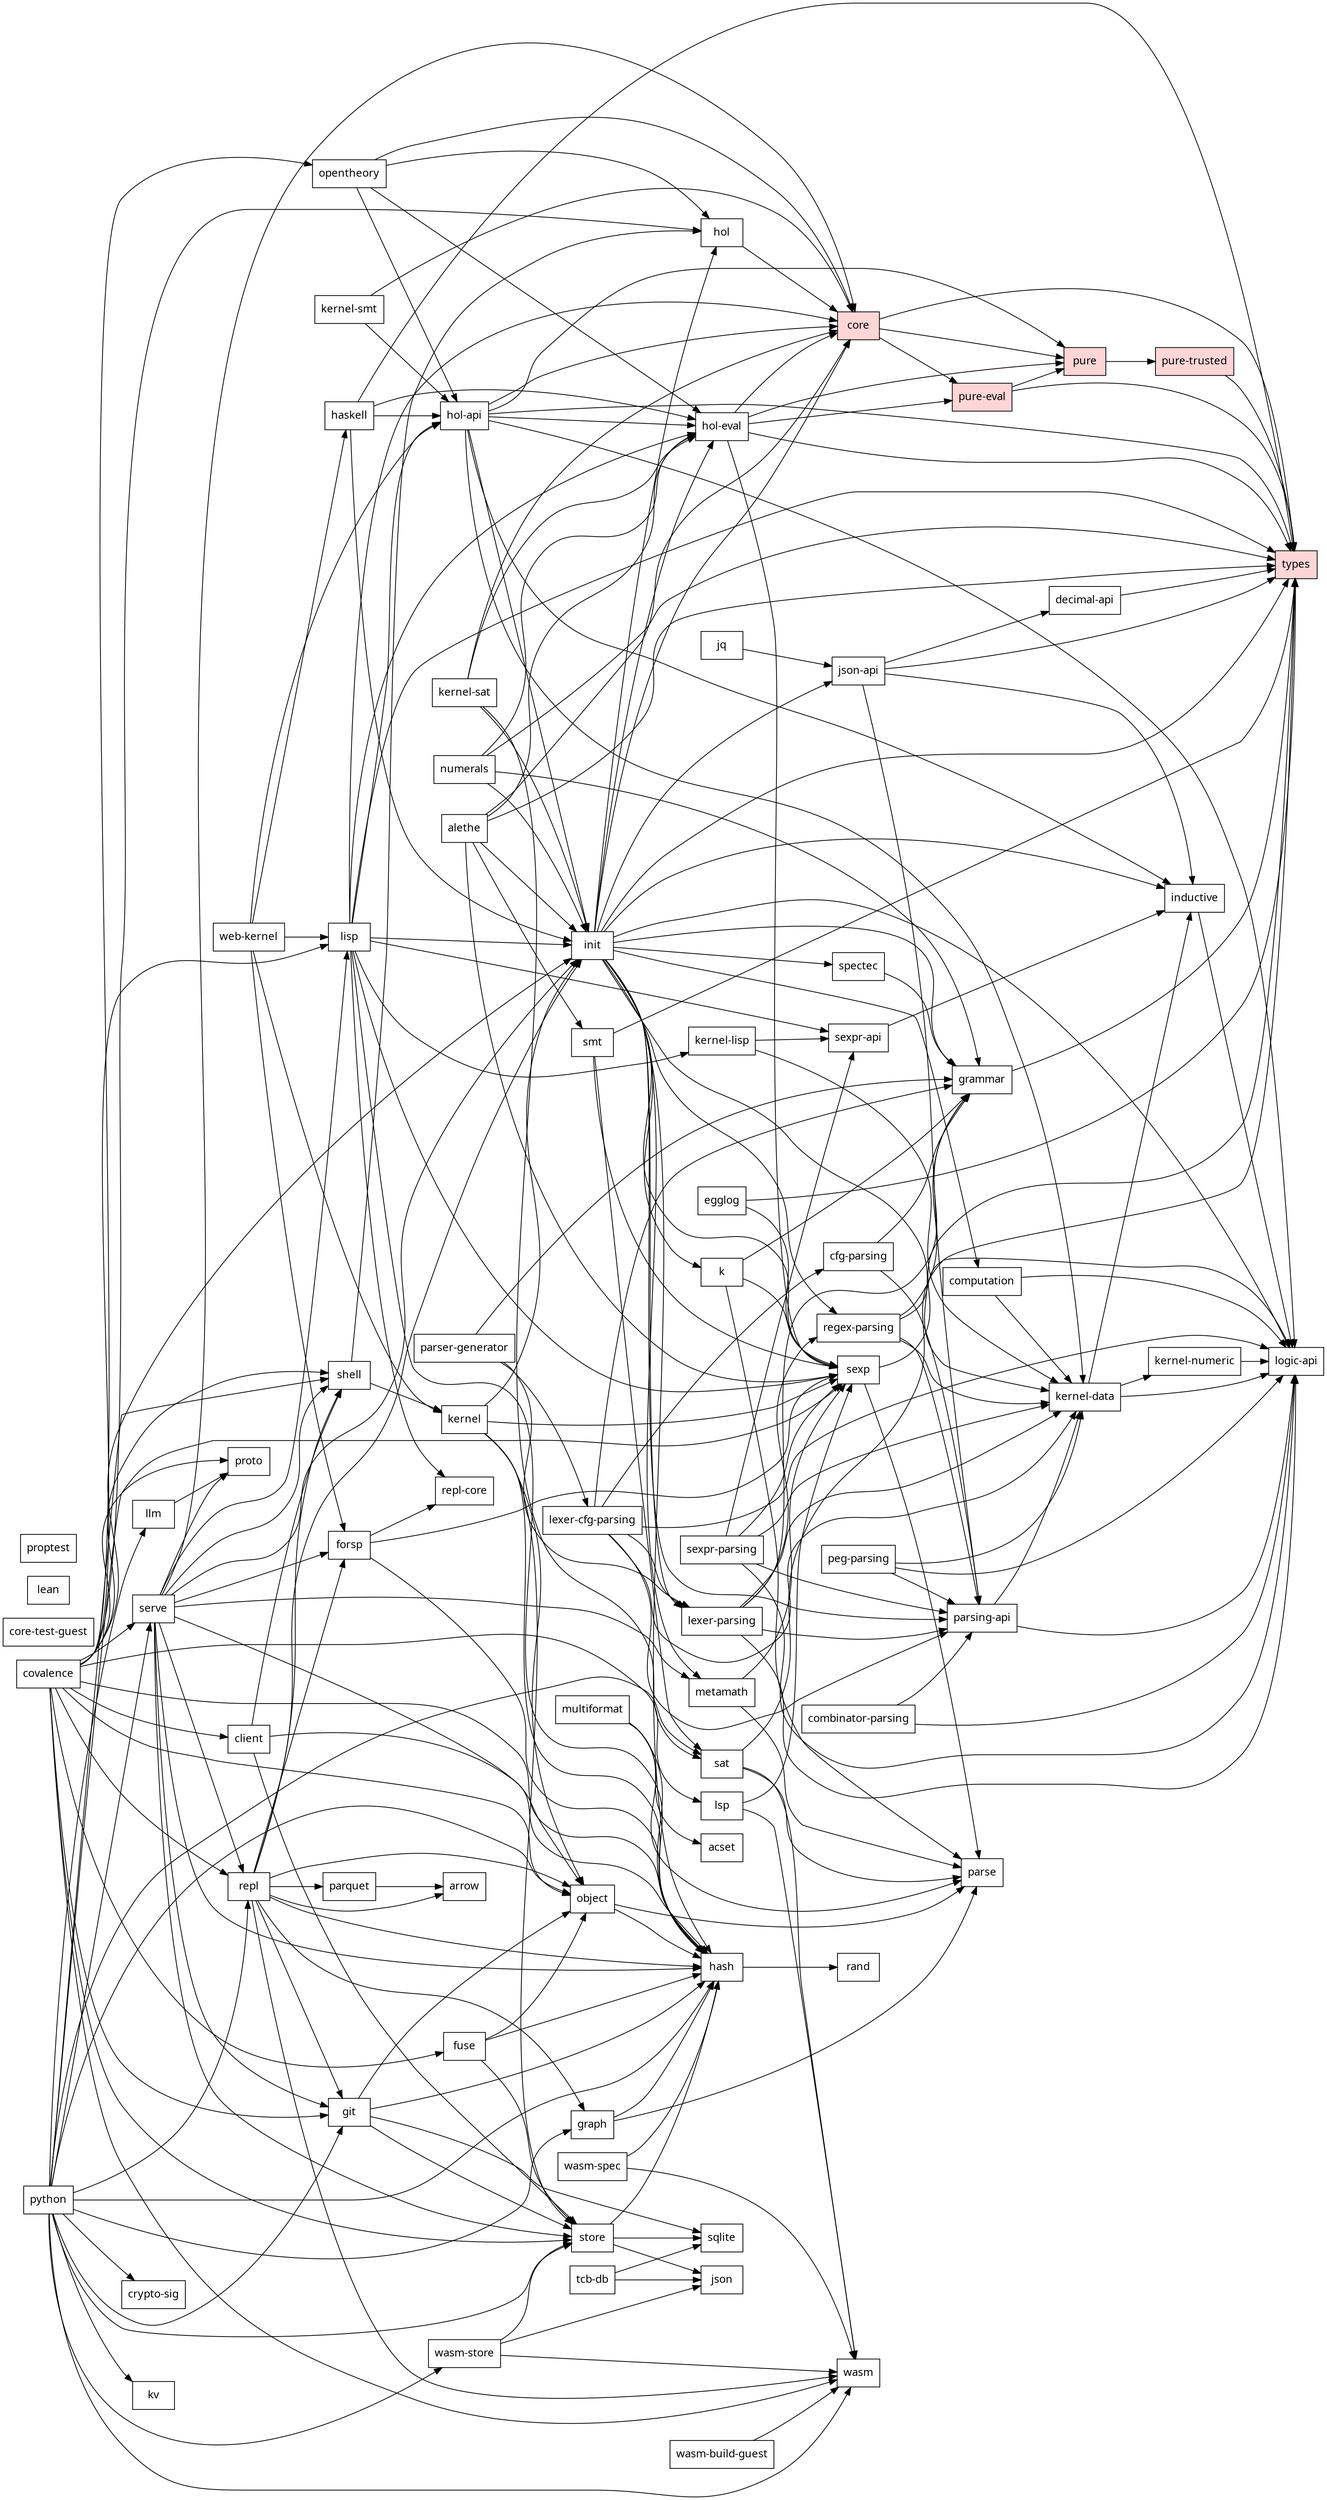
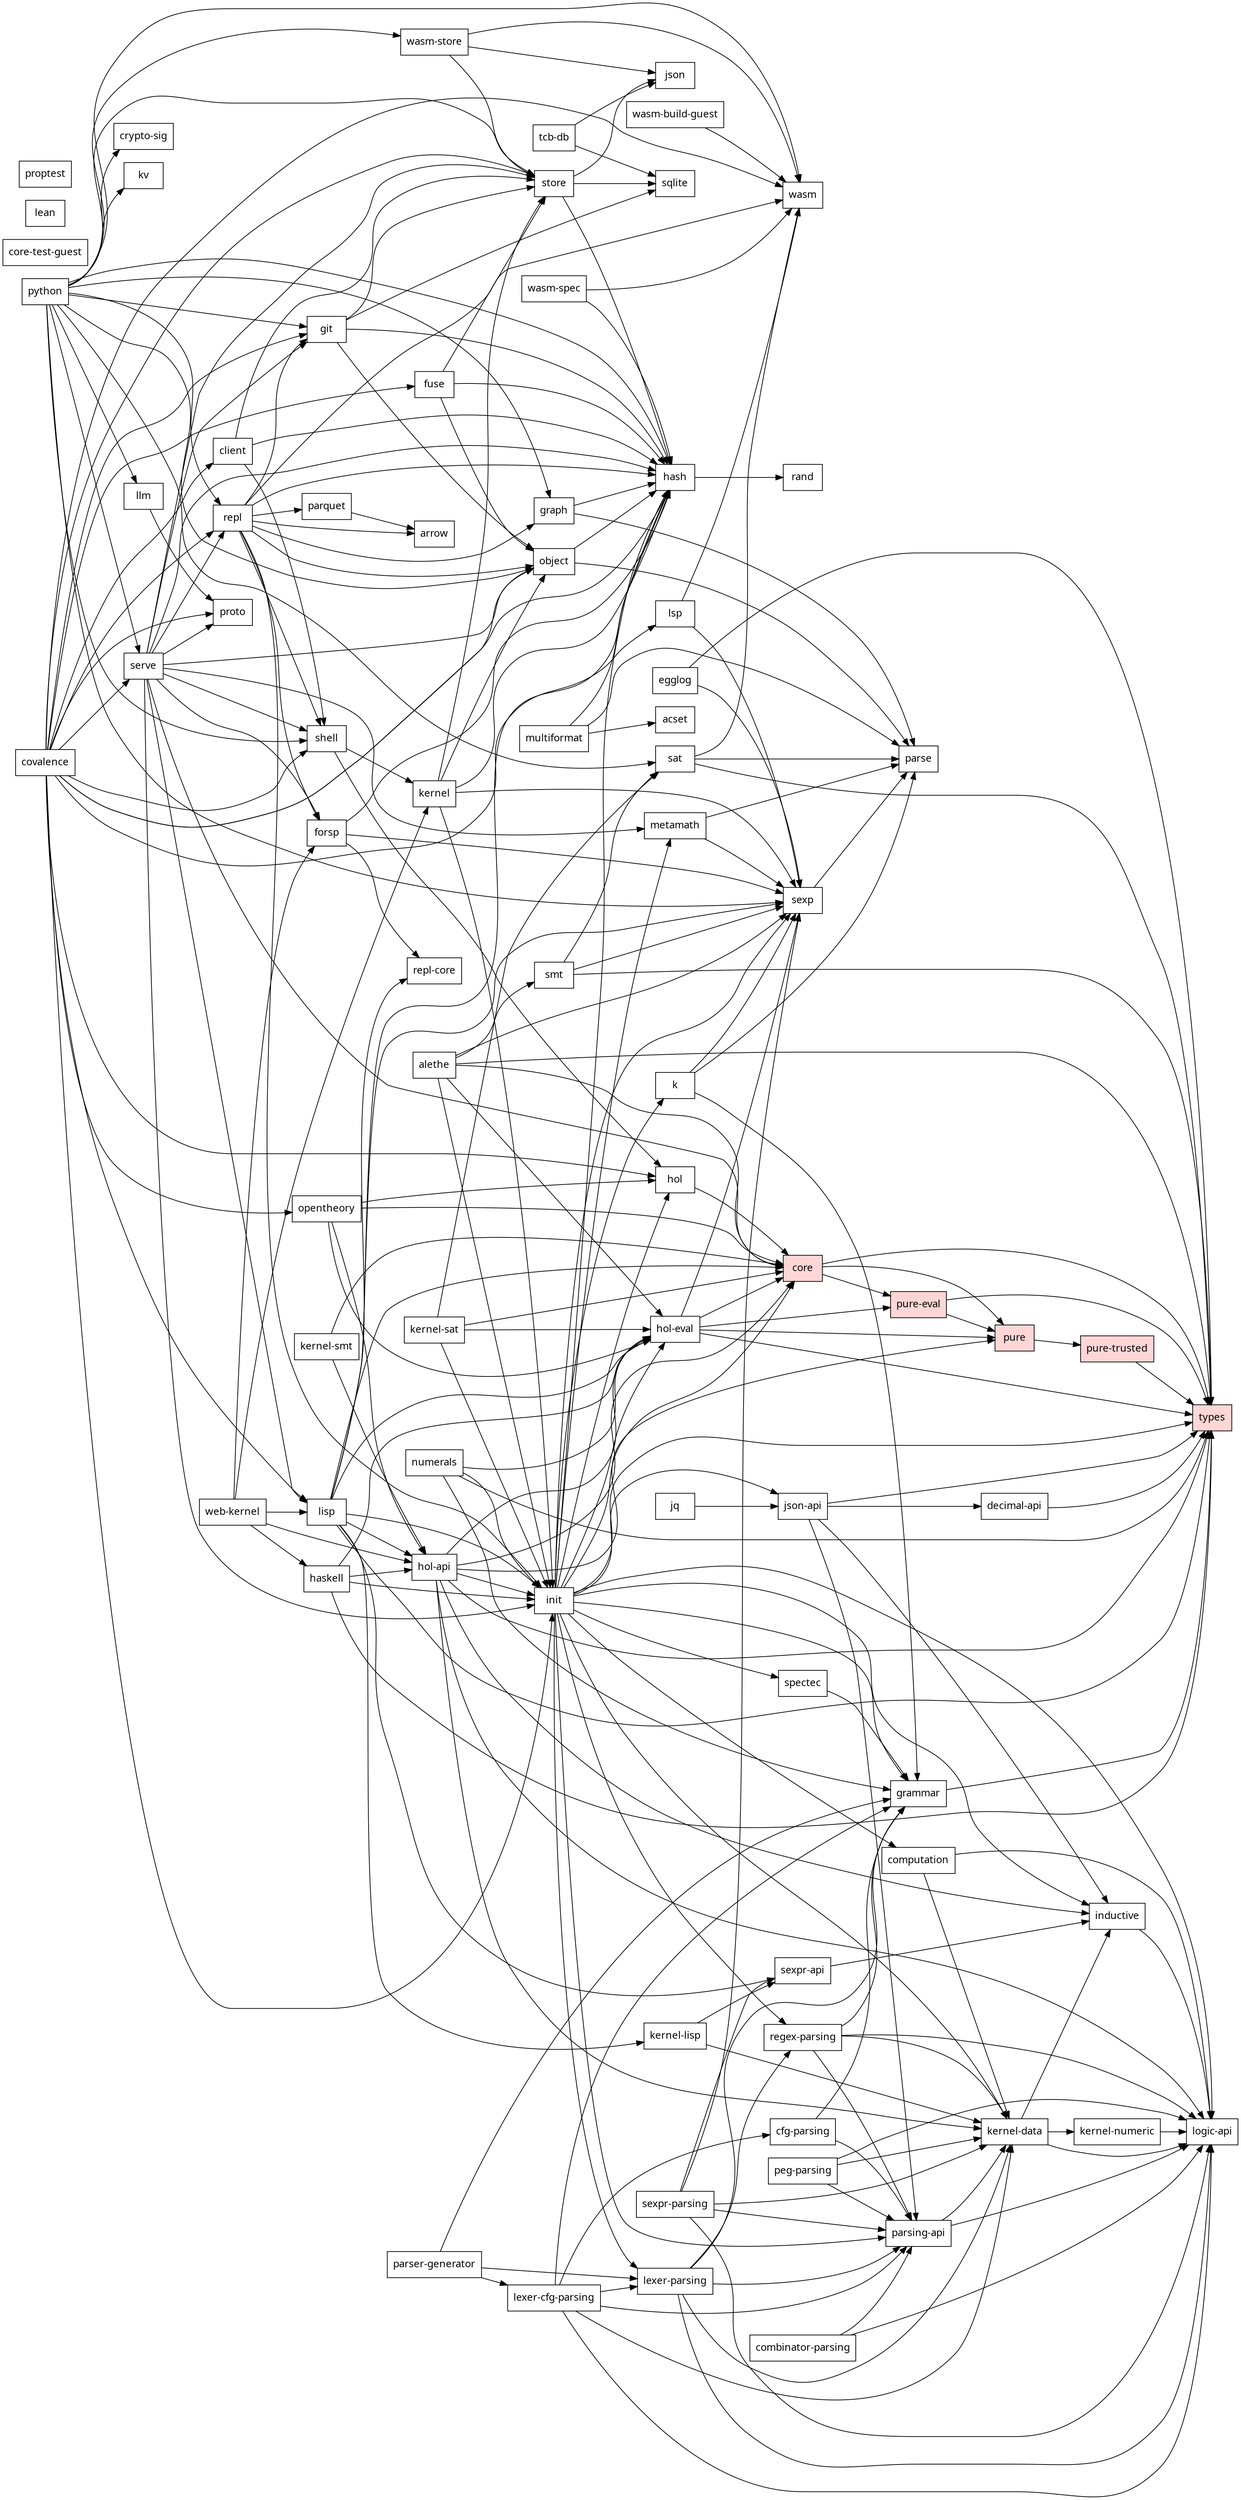
// Generated by scripts/dep-graph.mjs — do not edit (run `bun run deps`).
digraph deps {
  rankdir=LR;
  node [shape=box, fontname="sans-serif"];
  "covalence";
  "acset";
  "alethe";
  "arrow";
  "cfg-parsing";
  "client";
  "combinator-parsing";
  "computation";
  "core" [style=filled, fillcolor="#ffd6d6"];
  "core-test-guest";
  "crypto-sig";
  "decimal-api";
  "egglog";
  "forsp";
  "fuse";
  "git";
  "grammar";
  "graph";
  "hash";
  "haskell";
  "hol";
  "hol-api";
  "hol-eval";
  "inductive";
  "init";
  "jq";
  "json";
  "json-api";
  "k";
  "kernel";
  "kernel-data";
  "kernel-lisp";
  "kernel-numeric";
  "kernel-sat";
  "kernel-smt";
  "kv";
  "lean";
  "lexer-cfg-parsing";
  "lexer-parsing";
  "lisp";
  "llm";
  "logic-api";
  "lsp";
  "metamath";
  "multiformat";
  "numerals";
  "object";
  "opentheory";
  "parquet";
  "parse";
  "parser-generator";
  "parsing-api";
  "peg-parsing";
  "proptest";
  "proto";
  "pure" [style=filled, fillcolor="#ffd6d6"];
  "pure-eval" [style=filled, fillcolor="#ffd6d6"];
  "pure-trusted" [style=filled, fillcolor="#ffd6d6"];
  "python";
  "rand";
  "regex-parsing";
  "repl";
  "repl-core";
  "sat";
  "serve";
  "sexp";
  "sexpr-api";
  "sexpr-parsing";
  "shell";
  "smt";
  "spectec";
  "sqlite";
  "store";
  "tcb-db";
  "types" [style=filled, fillcolor="#ffd6d6"];
  "wasm";
  "wasm-build-guest";
  "wasm-spec";
  "wasm-store";
  "web-kernel";
  "covalence" -> "client";
  "covalence" -> "fuse";
  "covalence" -> "git";
  "covalence" -> "hash";
  "covalence" -> "hol";
  "covalence" -> "init";
  "covalence" -> "lisp";
  "covalence" -> "lsp";
  "covalence" -> "object";
  "covalence" -> "opentheory";
  "covalence" -> "proto";
  "covalence" -> "repl";
  "covalence" -> "serve";
  "covalence" -> "shell";
  "covalence" -> "store";
  "covalence" -> "wasm";
  "alethe" -> "core";
  "alethe" -> "hol-eval";
  "alethe" -> "init";
  "alethe" -> "sexp";
  "alethe" -> "smt";
  "alethe" -> "types";
  "cfg-parsing" -> "grammar";
  "cfg-parsing" -> "parsing-api";
  "client" -> "hash";
  "client" -> "shell";
  "client" -> "store";
  "combinator-parsing" -> "logic-api";
  "combinator-parsing" -> "parsing-api";
  "computation" -> "kernel-data";
  "computation" -> "logic-api";
  "core" -> "pure";
  "core" -> "pure-eval";
  "core" -> "types";
  "decimal-api" -> "types";
  "egglog" -> "sexp";
  "egglog" -> "types";
  "forsp" -> "hash";
  "forsp" -> "repl-core";
  "forsp" -> "sexp";
  "fuse" -> "hash";
  "fuse" -> "object";
  "fuse" -> "store";
  "git" -> "hash";
  "git" -> "object";
  "git" -> "sqlite";
  "git" -> "store";
  "grammar" -> "types";
  "graph" -> "hash";
  "graph" -> "parse";
  "hash" -> "rand";
  "haskell" -> "hol-api";
  "haskell" -> "hol-eval";
  "haskell" -> "init";
  "haskell" -> "types";
  "hol" -> "core";
  "hol-api" -> "core";
  "hol-api" -> "hol-eval";
  "hol-api" -> "inductive";
  "hol-api" -> "init";
  "hol-api" -> "kernel-data";
  "hol-api" -> "logic-api";
  "hol-api" -> "pure";
  "hol-api" -> "types";
  "hol-eval" -> "core";
  "hol-eval" -> "pure";
  "hol-eval" -> "pure-eval";
  "hol-eval" -> "sexp";
  "hol-eval" -> "types";
  "inductive" -> "logic-api";
  "init" -> "computation";
  "init" -> "core";
  "init" -> "grammar";
  "init" -> "hash";
  "init" -> "hol";
  "init" -> "hol-eval";
  "init" -> "inductive";
  "init" -> "json-api";
  "init" -> "k";
  "init" -> "kernel-data";
  "init" -> "lexer-parsing";
  "init" -> "logic-api";
  "init" -> "metamath";
  "init" -> "parsing-api";
  "init" -> "regex-parsing";
  "init" -> "sexp";
  "init" -> "spectec";
  "init" -> "types";
  "jq" -> "json-api";
  "json-api" -> "decimal-api";
  "json-api" -> "inductive";
  "json-api" -> "parsing-api";
  "json-api" -> "types";
  "k" -> "grammar";
  "k" -> "parse";
  "k" -> "sexp";
  "kernel" -> "hash";
  "kernel" -> "init";
  "kernel" -> "object";
  "kernel" -> "sexp";
  "kernel" -> "store";
  "kernel-data" -> "inductive";
  "kernel-data" -> "kernel-numeric";
  "kernel-data" -> "logic-api";
  "kernel-lisp" -> "kernel-data";
  "kernel-lisp" -> "sexpr-api";
  "kernel-numeric" -> "logic-api";
  "kernel-sat" -> "core";
  "kernel-sat" -> "hol-eval";
  "kernel-sat" -> "init";
  "kernel-sat" -> "sat";
  "kernel-smt" -> "core";
  "kernel-smt" -> "hol-api";
  "lexer-cfg-parsing" -> "cfg-parsing";
  "lexer-cfg-parsing" -> "grammar";
  "lexer-cfg-parsing" -> "kernel-data";
  "lexer-cfg-parsing" -> "lexer-parsing";
  "lexer-cfg-parsing" -> "logic-api";
  "lexer-cfg-parsing" -> "parsing-api";
  "lexer-parsing" -> "grammar";
  "lexer-parsing" -> "kernel-data";
  "lexer-parsing" -> "logic-api";
  "lexer-parsing" -> "parsing-api";
  "lexer-parsing" -> "regex-parsing";
  "lisp" -> "core";
  "lisp" -> "hash";
  "lisp" -> "hol-api";
  "lisp" -> "hol-eval";
  "lisp" -> "init";
  "lisp" -> "kernel-lisp";
  "lisp" -> "repl-core";
  "lisp" -> "sexp";
  "lisp" -> "sexpr-api";
  "lisp" -> "types";
  "llm" -> "proto";
  "lsp" -> "sexp";
  "lsp" -> "wasm";
  "metamath" -> "parse";
  "metamath" -> "sexp";
  "multiformat" -> "acset";
  "multiformat" -> "hash";
  "multiformat" -> "parse";
  "numerals" -> "grammar";
  "numerals" -> "hol-eval";
  "numerals" -> "init";
  "numerals" -> "types";
  "object" -> "hash";
  "object" -> "parse";
  "opentheory" -> "core";
  "opentheory" -> "hol";
  "opentheory" -> "hol-api";
  "opentheory" -> "hol-eval";
  "parquet" -> "arrow";
  "parser-generator" -> "grammar";
  "parser-generator" -> "lexer-cfg-parsing";
  "parser-generator" -> "lexer-parsing";
  "parsing-api" -> "kernel-data";
  "parsing-api" -> "logic-api";
  "peg-parsing" -> "kernel-data";
  "peg-parsing" -> "logic-api";
  "peg-parsing" -> "parsing-api";
  "pure" -> "pure-trusted";
  "pure-eval" -> "pure";
  "pure-eval" -> "types";
  "pure-trusted" -> "types";
  "python" -> "crypto-sig";
  "python" -> "git";
  "python" -> "graph";
  "python" -> "hash";
  "python" -> "kv";
  "python" -> "llm";
  "python" -> "object";
  "python" -> "repl";
  "python" -> "sat";
  "python" -> "serve";
  "python" -> "sexp";
  "python" -> "shell";
  "python" -> "store";
  "python" -> "wasm";
  "python" -> "wasm-store";
  "regex-parsing" -> "grammar";
  "regex-parsing" -> "kernel-data";
  "regex-parsing" -> "logic-api";
  "regex-parsing" -> "parsing-api";
  "repl" -> "arrow";
  "repl" -> "forsp";
  "repl" -> "git";
  "repl" -> "graph";
  "repl" -> "hash";
  "repl" -> "init";
  "repl" -> "object";
  "repl" -> "parquet";
  "repl" -> "shell";
  "repl" -> "wasm";
  "sat" -> "parse";
  "sat" -> "types";
  "sat" -> "wasm";
  "serve" -> "core";
  "serve" -> "forsp";
  "serve" -> "git";
  "serve" -> "hash";
  "serve" -> "init";
  "serve" -> "lisp";
  "serve" -> "metamath";
  "serve" -> "object";
  "serve" -> "proto";
  "serve" -> "repl";
  "serve" -> "shell";
  "serve" -> "store";
  "sexp" -> "parse";
-   "sexp" -> "types";
  "sexpr-api" -> "inductive";
  "sexpr-parsing" -> "kernel-data";
  "sexpr-parsing" -> "logic-api";
  "sexpr-parsing" -> "parsing-api";
  "sexpr-parsing" -> "sexp";
  "sexpr-parsing" -> "sexpr-api";
  "shell" -> "hol";
  "shell" -> "kernel";
  "smt" -> "sat";
  "smt" -> "sexp";
  "smt" -> "types";
  "spectec" -> "grammar";
  "store" -> "hash";
  "store" -> "json";
  "store" -> "sqlite";
  "tcb-db" -> "json";
  "tcb-db" -> "sqlite";
  "wasm-build-guest" -> "wasm";
  "wasm-spec" -> "hash";
  "wasm-spec" -> "wasm";
  "wasm-store" -> "json";
  "wasm-store" -> "store";
  "wasm-store" -> "wasm";
  "web-kernel" -> "forsp";
  "web-kernel" -> "haskell";
  "web-kernel" -> "hol-api";
  "web-kernel" -> "kernel";
  "web-kernel" -> "lisp";
}
